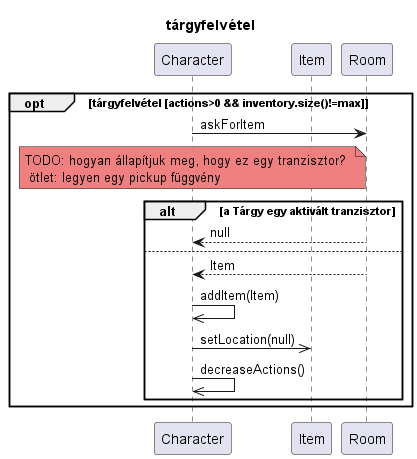
kipolaris/skyrimscriptsuttogok keeps this PlantUML diagram as out/diagramms/src/drop_pickup/pickup.png. Above is the earlier version.
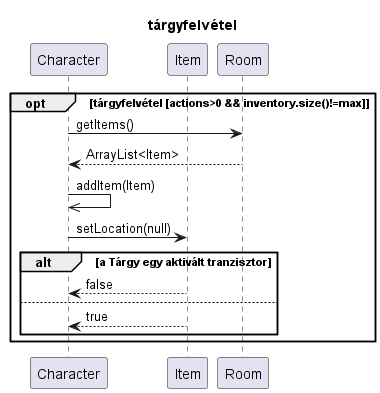
Later version of the same file.

The edit, as a diff of the source:
```diff
@@ -7,17 +7,16 @@
 participant Room as sz
 
 opt tárgyfelvétel [actions>0 && inventory.size()!=max]
-    char->sz : askForItem
+    char->sz : getItems()
+    return ArrayList<Item>
 
-    note over char #LightCoral: TODO: hogyan állapítjuk meg, hogy ez egy tranzisztor? \n ötlet: legyen egy pickup függvény
+    char->>char : addItem(Item)
+    char->t : setLocation(null)
 
     alt a Tárgy egy aktivált tranzisztor
-        sz-->char : null
+        t-->char : false
     else
-        sz-->char : Item
-        char->>char : addItem(Item)
-        char->>t : setLocation(null)
-        char->>char : decreaseActions()
+        t-->char : true
     end
 end
 
```
